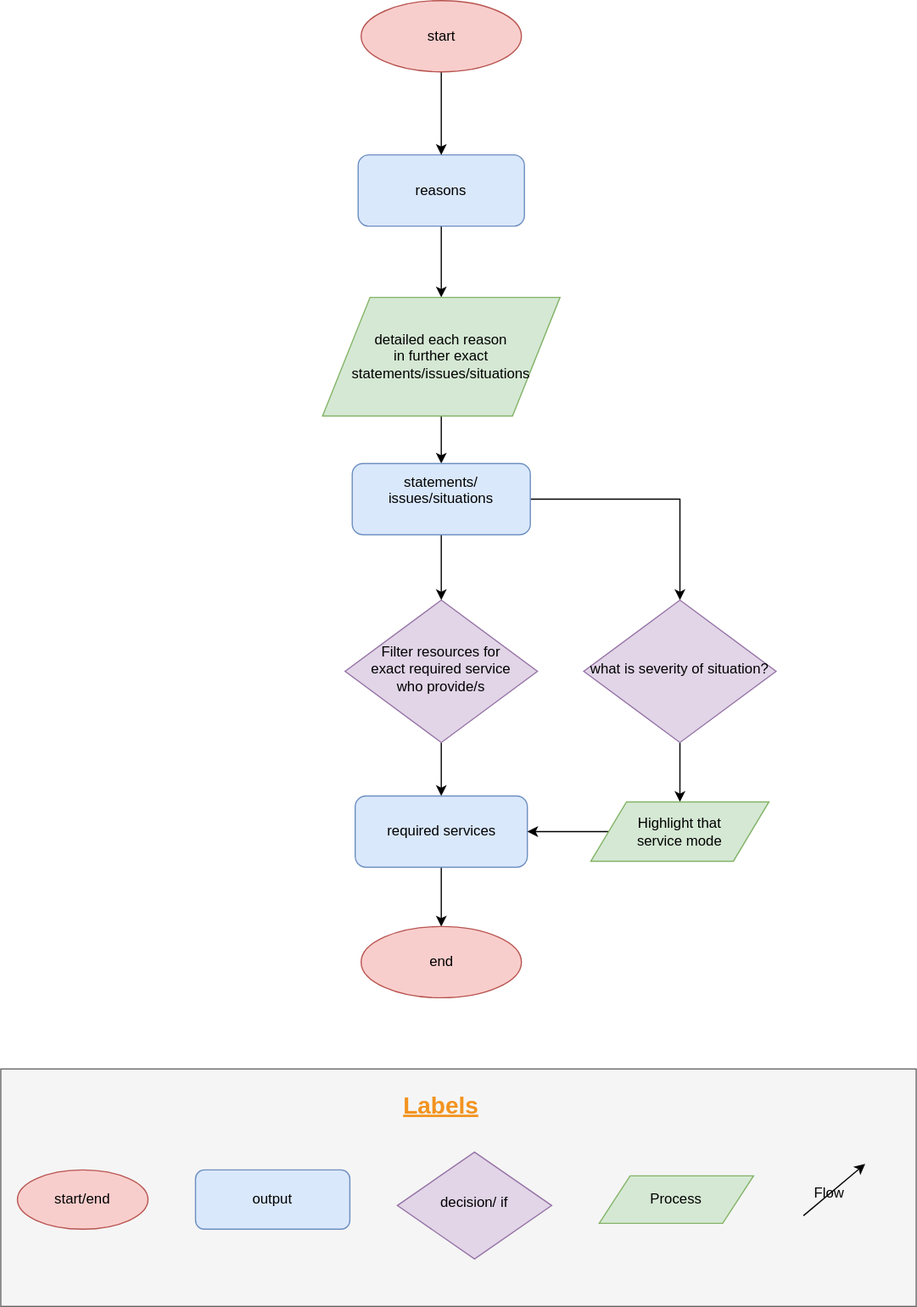
The draw.io diagram diagrams/Content-flow-diagram.svg in MasoomaBakhshi/Prevent-homelessness, before a commit. Source tidied: cells renumbered, new cells last; positions are measured from the earlier drawing's top-left corner, leaving out a move shared by most shapes.
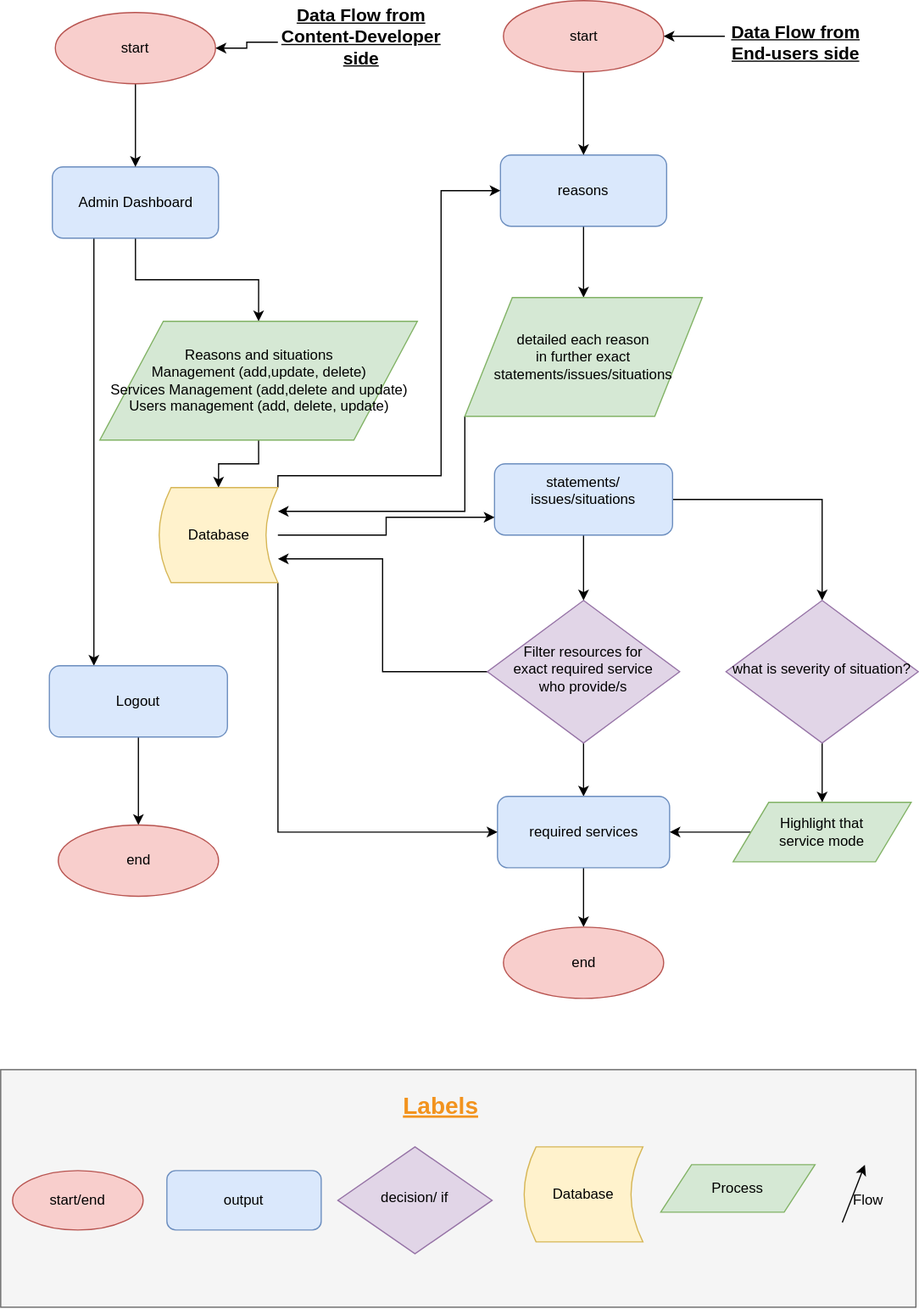
The same file after the commit.

What changed in the source:
```diff
@@ -2,85 +2,151 @@
   <root>
     <mxCell id="0" />
     <mxCell id="1" parent="0" />
-    <mxCell id="2" style="edgeStyle=orthogonalEdgeStyle;rounded=0;jettySize=auto;html=1;exitX=0.5;exitY=1;exitDx=0;exitDy=0;entryX=0.5;entryY=0;entryDx=0;entryDy=0;" parent="1" edge="1" source="3" target="11">
+    <mxCell id="2" style="edgeStyle=orthogonalEdgeStyle;rounded=0;jettySize=auto;html=1;exitX=0.5;exitY=1;exitDx=0;exitDy=0;entryX=0.5;entryY=0;entryDx=0;entryDy=0;" parent="1" edge="1" source="3" target="12">
       <mxGeometry relative="1" as="geometry" />
     </mxCell>
     <mxCell id="3" value="reasons" style="rounded=1;whiteSpace=wrap;html=1;fontSize=12;glass=0;strokeWidth=1;shadow=0;fillColor=#dae8fc;strokeColor=#6c8ebf;" parent="1" vertex="1">
-      <mxGeometry x="301" y="130" width="140" height="60" as="geometry" />
+      <mxGeometry x="421" y="130" width="140" height="60" as="geometry" />
     </mxCell>
-    <mxCell id="4" style="edgeStyle=orthogonalEdgeStyle;rounded=0;jettySize=auto;html=1;exitX=0.5;exitY=1;exitDx=0;exitDy=0;" parent="1" edge="1" source="5" target="7">
+    <mxCell id="4" style="edgeStyle=orthogonalEdgeStyle;rounded=0;jettySize=auto;html=1;exitX=0.5;exitY=1;exitDx=0;exitDy=0;" parent="1" edge="1" source="6" target="8">
       <mxGeometry relative="1" as="geometry" />
     </mxCell>
-    <mxCell id="5" value="Filter resources for&lt;br&gt;exact required service&lt;br&gt;who provide/s" style="rhombus;whiteSpace=wrap;html=1;shadow=0;fontFamily=Helvetica;fontSize=12;align=center;strokeWidth=1;spacing=6;spacingTop=-4;fillColor=#e1d5e7;strokeColor=#9673a6;" parent="1" vertex="1">
-      <mxGeometry x="290" y="505" width="162" height="120" as="geometry" />
+    <mxCell id="5" style="edgeStyle=orthogonalEdgeStyle;rounded=0;jettySize=auto;html=1;exitX=0;exitY=0.5;exitDx=0;exitDy=0;entryX=1;entryY=0.75;entryDx=0;entryDy=0;" parent="1" edge="1" source="6" target="42">
+      <mxGeometry relative="1" as="geometry" />
     </mxCell>
-    <mxCell id="6" style="edgeStyle=orthogonalEdgeStyle;rounded=0;jettySize=auto;html=1;exitX=0.5;exitY=1;exitDx=0;exitDy=0;" parent="1" edge="1" source="7" target="19">
-      <mxGeometry relative="1" as="geometry" />
+    <mxCell id="6" value="Filter resources for&lt;br&gt;exact required service&lt;br&gt;who provide/s" style="rhombus;whiteSpace=wrap;html=1;shadow=0;fontFamily=Helvetica;fontSize=12;align=center;strokeWidth=1;spacing=6;spacingTop=-4;fillColor=#e1d5e7;strokeColor=#9673a6;" parent="1" vertex="1">
+      <mxGeometry x="410" y="505" width="162" height="120" as="geometry" />
     </mxCell>
-    <mxCell id="7" value="required services" style="rounded=1;whiteSpace=wrap;html=1;fontSize=12;glass=0;strokeWidth=1;shadow=0;fillColor=#dae8fc;strokeColor=#6c8ebf;" parent="1" vertex="1">
-      <mxGeometry x="298.5" y="670" width="145" height="60" as="geometry" />
+    <mxCell id="7" style="edgeStyle=orthogonalEdgeStyle;rounded=0;jettySize=auto;html=1;exitX=0.5;exitY=1;exitDx=0;exitDy=0;" parent="1" edge="1" source="8" target="20">
+      <mxGeometry relative="1" as="geometry" />
     </mxCell>
-    <mxCell id="8" style="edgeStyle=orthogonalEdgeStyle;rounded=0;jettySize=auto;html=1;exitX=0.5;exitY=1;exitDx=0;exitDy=0;entryX=0.5;entryY=0;entryDx=0;entryDy=0;" parent="1" edge="1" source="9" target="3">
-      <mxGeometry relative="1" as="geometry" />
+    <mxCell id="8" value="required services" style="rounded=1;whiteSpace=wrap;html=1;fontSize=12;glass=0;strokeWidth=1;shadow=0;fillColor=#dae8fc;strokeColor=#6c8ebf;" parent="1" vertex="1">
+      <mxGeometry x="418.5" y="670" width="145" height="60" as="geometry" />
     </mxCell>
-    <mxCell id="9" value="start" style="ellipse;whiteSpace=wrap;html=1;fillColor=#f8cecc;strokeColor=#b85450;" parent="1" vertex="1">
-      <mxGeometry x="303.5" width="135" height="60" as="geometry" />
+    <mxCell id="9" style="edgeStyle=orthogonalEdgeStyle;rounded=0;jettySize=auto;html=1;exitX=0.5;exitY=1;exitDx=0;exitDy=0;entryX=0.5;entryY=0;entryDx=0;entryDy=0;" parent="1" edge="1" source="10" target="3">
+      <mxGeometry relative="1" as="geometry" />
     </mxCell>
-    <mxCell id="10" style="edgeStyle=orthogonalEdgeStyle;rounded=0;jettySize=auto;html=1;exitX=0.5;exitY=1;exitDx=0;exitDy=0;entryX=0.5;entryY=0;entryDx=0;entryDy=0;" parent="1" edge="1" source="11" target="14">
-      <mxGeometry relative="1" as="geometry" />
+    <mxCell id="10" value="start" style="ellipse;whiteSpace=wrap;html=1;fillColor=#f8cecc;strokeColor=#b85450;" parent="1" vertex="1">
+      <mxGeometry x="423.5" width="135" height="60" as="geometry" />
     </mxCell>
-    <mxCell id="11" value="detailed each reason&lt;br&gt;in further exact statements/issues/situations" style="shape=parallelogram;perimeter=parallelogramPerimeter;whiteSpace=wrap;html=1;fillColor=#d5e8d4;strokeColor=#82b366;" parent="1" vertex="1">
-      <mxGeometry x="271" y="250" width="200" height="100" as="geometry" />
+    <mxCell id="11" style="edgeStyle=orthogonalEdgeStyle;rounded=0;jettySize=auto;html=1;exitX=0;exitY=1;exitDx=0;exitDy=0;entryX=1;entryY=0.25;entryDx=0;entryDy=0;" parent="1" edge="1" source="12" target="42">
+      <mxGeometry relative="1" as="geometry" />
     </mxCell>
-    <mxCell id="12" style="edgeStyle=orthogonalEdgeStyle;rounded=0;jettySize=auto;html=1;exitX=0.5;exitY=1;exitDx=0;exitDy=0;entryX=0.5;entryY=0;entryDx=0;entryDy=0;" parent="1" edge="1" source="14" target="5">
-      <mxGeometry relative="1" as="geometry" />
+    <mxCell id="12" value="detailed each reason&lt;br&gt;in further exact statements/issues/situations" style="shape=parallelogram;perimeter=parallelogramPerimeter;whiteSpace=wrap;html=1;fillColor=#d5e8d4;strokeColor=#82b366;" parent="1" vertex="1">
+      <mxGeometry x="391" y="250" width="200" height="100" as="geometry" />
     </mxCell>
-    <mxCell id="13" style="edgeStyle=orthogonalEdgeStyle;rounded=0;jettySize=auto;html=1;exitX=1;exitY=0.5;exitDx=0;exitDy=0;entryX=0.5;entryY=0;entryDx=0;entryDy=0;" parent="1" edge="1" source="14" target="16">
+    <mxCell id="13" style="edgeStyle=orthogonalEdgeStyle;rounded=0;jettySize=auto;html=1;exitX=0.5;exitY=1;exitDx=0;exitDy=0;entryX=0.5;entryY=0;entryDx=0;entryDy=0;" parent="1" edge="1" source="15" target="6">
       <mxGeometry relative="1" as="geometry" />
     </mxCell>
-    <mxCell id="14" value="statements/ issues/situations&lt;br&gt;&amp;nbsp;" style="rounded=1;whiteSpace=wrap;html=1;fontSize=12;glass=0;strokeWidth=1;shadow=0;fillColor=#dae8fc;strokeColor=#6c8ebf;" parent="1" vertex="1">
-      <mxGeometry x="296" y="390" width="150" height="60" as="geometry" />
+    <mxCell id="14" style="edgeStyle=orthogonalEdgeStyle;rounded=0;jettySize=auto;html=1;exitX=1;exitY=0.5;exitDx=0;exitDy=0;entryX=0.5;entryY=0;entryDx=0;entryDy=0;" parent="1" edge="1" source="15" target="17">
+      <mxGeometry relative="1" as="geometry" />
     </mxCell>
-    <mxCell id="15" style="edgeStyle=orthogonalEdgeStyle;rounded=0;jettySize=auto;html=1;exitX=0.5;exitY=1;exitDx=0;exitDy=0;entryX=0.5;entryY=0;entryDx=0;entryDy=0;" parent="1" edge="1" source="16" target="18">
-      <mxGeometry relative="1" as="geometry" />
+    <mxCell id="15" value="statements/ issues/situations&lt;br&gt;&amp;nbsp;" style="rounded=1;whiteSpace=wrap;html=1;fontSize=12;glass=0;strokeWidth=1;shadow=0;fillColor=#dae8fc;strokeColor=#6c8ebf;" parent="1" vertex="1">
+      <mxGeometry x="416" y="390" width="150" height="60" as="geometry" />
     </mxCell>
-    <mxCell id="16" value="what is severity of situation?" style="rhombus;whiteSpace=wrap;html=1;shadow=0;fontFamily=Helvetica;fontSize=12;align=center;strokeWidth=1;spacing=6;spacingTop=-4;fillColor=#e1d5e7;strokeColor=#9673a6;" parent="1" vertex="1">
-      <mxGeometry x="491" y="505" width="162" height="120" as="geometry" />
+    <mxCell id="16" style="edgeStyle=orthogonalEdgeStyle;rounded=0;jettySize=auto;html=1;exitX=0.5;exitY=1;exitDx=0;exitDy=0;entryX=0.5;entryY=0;entryDx=0;entryDy=0;" parent="1" edge="1" source="17" target="19">
+      <mxGeometry relative="1" as="geometry" />
     </mxCell>
-    <mxCell id="17" style="edgeStyle=orthogonalEdgeStyle;rounded=0;jettySize=auto;html=1;exitX=0;exitY=0.5;exitDx=0;exitDy=0;entryX=1;entryY=0.5;entryDx=0;entryDy=0;" parent="1" edge="1" source="18" target="7">
-      <mxGeometry relative="1" as="geometry" />
+    <mxCell id="17" value="what is severity of situation?" style="rhombus;whiteSpace=wrap;html=1;shadow=0;fontFamily=Helvetica;fontSize=12;align=center;strokeWidth=1;spacing=6;spacingTop=-4;fillColor=#e1d5e7;strokeColor=#9673a6;" parent="1" vertex="1">
+      <mxGeometry x="611" y="505" width="162" height="120" as="geometry" />
     </mxCell>
-    <mxCell id="18" value="Highlight that &lt;br&gt;service mode" style="shape=parallelogram;perimeter=parallelogramPerimeter;whiteSpace=wrap;html=1;fillColor=#d5e8d4;strokeColor=#82b366;" parent="1" vertex="1">
-      <mxGeometry x="497" y="675" width="150" height="50" as="geometry" />
+    <mxCell id="18" style="edgeStyle=orthogonalEdgeStyle;rounded=0;jettySize=auto;html=1;exitX=0;exitY=0.5;exitDx=0;exitDy=0;entryX=1;entryY=0.5;entryDx=0;entryDy=0;" parent="1" edge="1" source="19" target="8">
+      <mxGeometry relative="1" as="geometry" />
     </mxCell>
-    <mxCell id="19" value="end" style="ellipse;whiteSpace=wrap;html=1;fillColor=#f8cecc;strokeColor=#b85450;" parent="1" vertex="1">
-      <mxGeometry x="303.5" y="780" width="135" height="60" as="geometry" />
+    <mxCell id="19" value="Highlight that &lt;br&gt;service mode" style="shape=parallelogram;perimeter=parallelogramPerimeter;whiteSpace=wrap;html=1;fillColor=#d5e8d4;strokeColor=#82b366;" parent="1" vertex="1">
+      <mxGeometry x="617" y="675" width="150" height="50" as="geometry" />
     </mxCell>
-    <mxCell id="20" style="rounded=0;whiteSpace=wrap;html=1;fillColor=#f5f5f5;strokeColor=#666666;fontColor=#333333;" parent="1" vertex="1">
-      <mxGeometry y="900" width="771" height="200" as="geometry" />
+    <mxCell id="20" value="end" style="ellipse;whiteSpace=wrap;html=1;fillColor=#f8cecc;strokeColor=#b85450;" parent="1" vertex="1">
+      <mxGeometry x="423.5" y="780" width="135" height="60" as="geometry" />
     </mxCell>
-    <mxCell id="21" value="start/end" style="ellipse;whiteSpace=wrap;html=1;fillColor=#f8cecc;strokeColor=#b85450;" parent="1" vertex="1">
-      <mxGeometry x="14" y="985" width="110" height="50" as="geometry" />
+    <mxCell id="21" style="rounded=0;whiteSpace=wrap;html=1;fillColor=#f5f5f5;strokeColor=#666666;fontColor=#333333;" parent="1" vertex="1">
+      <mxGeometry y="900" width="771" height="200" as="geometry" />
     </mxCell>
-    <mxCell id="22" value="output" style="rounded=1;whiteSpace=wrap;html=1;fontSize=12;glass=0;strokeWidth=1;shadow=0;fillColor=#dae8fc;strokeColor=#6c8ebf;" parent="1" vertex="1">
-      <mxGeometry x="164" y="985" width="130" height="50" as="geometry" />
+    <mxCell id="22" value="start/end" style="ellipse;whiteSpace=wrap;html=1;fillColor=#f8cecc;strokeColor=#b85450;" parent="1" vertex="1">
+      <mxGeometry x="10" y="985" width="110" height="50" as="geometry" />
     </mxCell>
-    <mxCell id="23" value="decision/ if" style="rhombus;whiteSpace=wrap;html=1;shadow=0;fontFamily=Helvetica;fontSize=12;align=center;strokeWidth=1;spacing=6;spacingTop=-4;fillColor=#e1d5e7;strokeColor=#9673a6;" parent="1" vertex="1">
-      <mxGeometry x="334" y="970" width="130" height="90" as="geometry" />
+    <mxCell id="23" value="output" style="rounded=1;whiteSpace=wrap;html=1;fontSize=12;glass=0;strokeWidth=1;shadow=0;fillColor=#dae8fc;strokeColor=#6c8ebf;" parent="1" vertex="1">
+      <mxGeometry x="140" y="985" width="130" height="50" as="geometry" />
     </mxCell>
-    <mxCell id="24" value="Process" style="shape=parallelogram;perimeter=parallelogramPerimeter;whiteSpace=wrap;html=1;fillColor=#d5e8d4;strokeColor=#82b366;" parent="1" vertex="1">
-      <mxGeometry x="504" y="990" width="130" height="40" as="geometry" />
+    <mxCell id="24" value="decision/ if" style="rhombus;whiteSpace=wrap;html=1;shadow=0;fontFamily=Helvetica;fontSize=12;align=center;strokeWidth=1;spacing=6;spacingTop=-4;fillColor=#e1d5e7;strokeColor=#9673a6;" parent="1" vertex="1">
+      <mxGeometry x="284" y="965" width="130" height="90" as="geometry" />
     </mxCell>
-    <mxCell id="25" style="endArrow=classic;html=1;exitX=-0.05;exitY=1.43;exitDx=0;exitDy=0;exitPerimeter=0;" parent="1" edge="1" source="26">
-      <mxGeometry relative="1" as="geometry">
-        <mxPoint x="728" y="980" as="targetPoint" />
-      </mxGeometry>
+    <mxCell id="25" value="Process" style="shape=parallelogram;perimeter=parallelogramPerimeter;whiteSpace=wrap;html=1;fillColor=#d5e8d4;strokeColor=#82b366;" parent="1" vertex="1">
+      <mxGeometry x="556" y="980" width="130" height="40" as="geometry" />
     </mxCell>
-    <mxCell id="26" value="Flow" style="text;html=1;strokeColor=none;fillColor=none;align=center;verticalAlign=middle;whiteSpace=wrap;rounded=0;" parent="1" vertex="1">
-      <mxGeometry x="678" y="995" width="40" height="20" as="geometry" />
+    <mxCell id="26" style="endArrow=classic;html=1;exitX=-0.05;exitY=1.43;exitDx=0;exitDy=0;exitPerimeter=0;" parent="1" edge="1" source="27">
+      <mxGeometry relative="1" as="geometry">
+        <mxPoint x="728" y="980" as="targetPoint" />
+      </mxGeometry>
     </mxCell>
-    <mxCell id="27" value="&lt;font style=&quot;font-size: 20px&quot; color=&quot;#f2931e&quot;&gt;&lt;b&gt;&lt;u&gt;Labels&lt;/u&gt;&lt;/b&gt;&lt;/font&gt;" style="text;html=1;strokeColor=none;fillColor=none;align=center;verticalAlign=middle;whiteSpace=wrap;rounded=0;" parent="1" vertex="1">
-      <mxGeometry x="351" y="920" width="40" height="20" as="geometry" />
+    <mxCell id="27" value="Flow" style="text;html=1;strokeColor=none;fillColor=none;align=center;verticalAlign=middle;whiteSpace=wrap;rounded=0;" parent="1" vertex="1">
+      <mxGeometry x="711" y="1000" width="40" height="20" as="geometry" />
     </mxCell>
+    <mxCell id="28" value="&lt;font style=&quot;font-size: 20px&quot; color=&quot;#f2931e&quot;&gt;&lt;b&gt;&lt;u&gt;Labels&lt;/u&gt;&lt;/b&gt;&lt;/font&gt;" style="text;html=1;strokeColor=none;fillColor=none;align=center;verticalAlign=middle;whiteSpace=wrap;rounded=0;" parent="1" vertex="1">
+      <mxGeometry x="351" y="920" width="40" height="20" as="geometry" />
+    </mxCell>
+    <mxCell id="29" style="edgeStyle=orthogonalEdgeStyle;rounded=0;jettySize=auto;html=1;exitX=0.5;exitY=1;exitDx=0;exitDy=0;entryX=0.5;entryY=0;entryDx=0;entryDy=0;" parent="1" edge="1" source="31" target="35">
+      <mxGeometry relative="1" as="geometry" />
+    </mxCell>
+    <mxCell id="30" style="edgeStyle=orthogonalEdgeStyle;rounded=0;jettySize=auto;html=1;exitX=0.25;exitY=1;exitDx=0;exitDy=0;entryX=0.25;entryY=0;entryDx=0;entryDy=0;" parent="1" edge="1" source="31" target="37">
+      <mxGeometry relative="1" as="geometry" />
+    </mxCell>
+    <mxCell id="31" value="Admin Dashboard" style="rounded=1;whiteSpace=wrap;html=1;fontSize=12;glass=0;strokeWidth=1;shadow=0;fillColor=#dae8fc;strokeColor=#6c8ebf;" parent="1" vertex="1">
+      <mxGeometry x="43.5" y="140" width="140" height="60" as="geometry" />
+    </mxCell>
+    <mxCell id="32" style="edgeStyle=orthogonalEdgeStyle;rounded=0;jettySize=auto;html=1;exitX=0.5;exitY=1;exitDx=0;exitDy=0;entryX=0.5;entryY=0;entryDx=0;entryDy=0;" parent="1" edge="1" source="33" target="31">
+      <mxGeometry relative="1" as="geometry" />
+    </mxCell>
+    <mxCell id="33" value="start" style="ellipse;whiteSpace=wrap;html=1;fillColor=#f8cecc;strokeColor=#b85450;" parent="1" vertex="1">
+      <mxGeometry x="46" y="10" width="135" height="60" as="geometry" />
+    </mxCell>
+    <mxCell id="34" style="edgeStyle=orthogonalEdgeStyle;rounded=0;jettySize=auto;html=1;exitX=0.5;exitY=1;exitDx=0;exitDy=0;entryX=0.5;entryY=0;entryDx=0;entryDy=0;" parent="1" edge="1" source="35" target="42">
+      <mxGeometry relative="1" as="geometry" />
+    </mxCell>
+    <mxCell id="35" value="Reasons and situations&lt;br&gt;Management (add,update, delete)&lt;br&gt;Services Management (add,delete and update)&lt;br&gt;Users management (add, delete, update)" style="shape=parallelogram;perimeter=parallelogramPerimeter;whiteSpace=wrap;html=1;fillColor=#d5e8d4;strokeColor=#82b366;" parent="1" vertex="1">
+      <mxGeometry x="83.5" y="270" width="267.5" height="100" as="geometry" />
+    </mxCell>
+    <mxCell id="36" style="edgeStyle=orthogonalEdgeStyle;rounded=0;jettySize=auto;html=1;exitX=0.5;exitY=1;exitDx=0;exitDy=0;" parent="1" edge="1" source="37" target="38">
+      <mxGeometry relative="1" as="geometry" />
+    </mxCell>
+    <mxCell id="37" value="Logout" style="rounded=1;whiteSpace=wrap;html=1;fontSize=12;glass=0;strokeWidth=1;shadow=0;fillColor=#dae8fc;strokeColor=#6c8ebf;" parent="1" vertex="1">
+      <mxGeometry x="41" y="560" width="150" height="60" as="geometry" />
+    </mxCell>
+    <mxCell id="38" value="end" style="ellipse;whiteSpace=wrap;html=1;fillColor=#f8cecc;strokeColor=#b85450;" parent="1" vertex="1">
+      <mxGeometry x="48.5" y="694" width="135" height="60" as="geometry" />
+    </mxCell>
+    <mxCell id="39" style="edgeStyle=orthogonalEdgeStyle;rounded=0;jettySize=auto;html=1;exitX=1;exitY=0;exitDx=0;exitDy=0;entryX=0;entryY=0.5;entryDx=0;entryDy=0;" parent="1" edge="1" source="42" target="3">
+      <mxGeometry relative="1" as="geometry">
+        <Array as="points">
+          <mxPoint x="234" y="400" />
+          <mxPoint x="371" y="400" />
+          <mxPoint x="371" y="160" />
+        </Array>
+      </mxGeometry>
+    </mxCell>
+    <mxCell id="40" style="edgeStyle=orthogonalEdgeStyle;rounded=0;jettySize=auto;html=1;exitX=1;exitY=0.5;exitDx=0;exitDy=0;entryX=0;entryY=0.75;entryDx=0;entryDy=0;" parent="1" edge="1" source="42" target="15">
+      <mxGeometry relative="1" as="geometry" />
+    </mxCell>
+    <mxCell id="41" style="edgeStyle=orthogonalEdgeStyle;rounded=0;jettySize=auto;html=1;exitX=1;exitY=1;exitDx=0;exitDy=0;entryX=0;entryY=0.5;entryDx=0;entryDy=0;" parent="1" edge="1" source="42" target="8">
+      <mxGeometry relative="1" as="geometry" />
+    </mxCell>
+    <mxCell id="42" value="Database" style="shape=dataStorage;whiteSpace=wrap;html=1;fillColor=#fff2cc;strokeColor=#d6b656;" parent="1" vertex="1">
+      <mxGeometry x="133.5" y="410" width="100" height="80" as="geometry" />
+    </mxCell>
+    <mxCell id="43" value="Database" style="shape=dataStorage;whiteSpace=wrap;html=1;fillColor=#fff2cc;strokeColor=#d6b656;" parent="1" vertex="1">
+      <mxGeometry x="441" y="965" width="100" height="80" as="geometry" />
+    </mxCell>
+    <mxCell id="44" style="edgeStyle=orthogonalEdgeStyle;rounded=0;jettySize=auto;html=1;exitX=0;exitY=0.25;exitDx=0;exitDy=0;entryX=1;entryY=0.5;entryDx=0;entryDy=0;fontSize=15;" parent="1" edge="1" source="45" target="10">
+      <mxGeometry relative="1" as="geometry" />
+    </mxCell>
+    <mxCell id="45" value="Data Flow from End-users side" style="text;html=1;strokeColor=none;fillColor=none;align=center;verticalAlign=middle;whiteSpace=wrap;rounded=0;fontStyle=5;fontSize=15;" parent="1" vertex="1">
+      <mxGeometry x="610" y="25" width="120" height="20" as="geometry" />
+    </mxCell>
+    <mxCell id="46" style="edgeStyle=orthogonalEdgeStyle;rounded=0;jettySize=auto;html=1;exitX=0;exitY=0.75;exitDx=0;exitDy=0;entryX=1;entryY=0.5;entryDx=0;entryDy=0;fontSize=15;" parent="1" edge="1" source="47" target="33">
+      <mxGeometry relative="1" as="geometry" />
+    </mxCell>
+    <mxCell id="47" value="Data Flow from Content-Developer side" style="text;html=1;strokeColor=none;fillColor=none;align=center;verticalAlign=middle;whiteSpace=wrap;rounded=0;fontStyle=5;fontSize=15;" parent="1" vertex="1">
+      <mxGeometry x="233.5" y="20" width="140" height="20" as="geometry" />
+    </mxCell>
   </root>
 </mxGraphModel>
```
